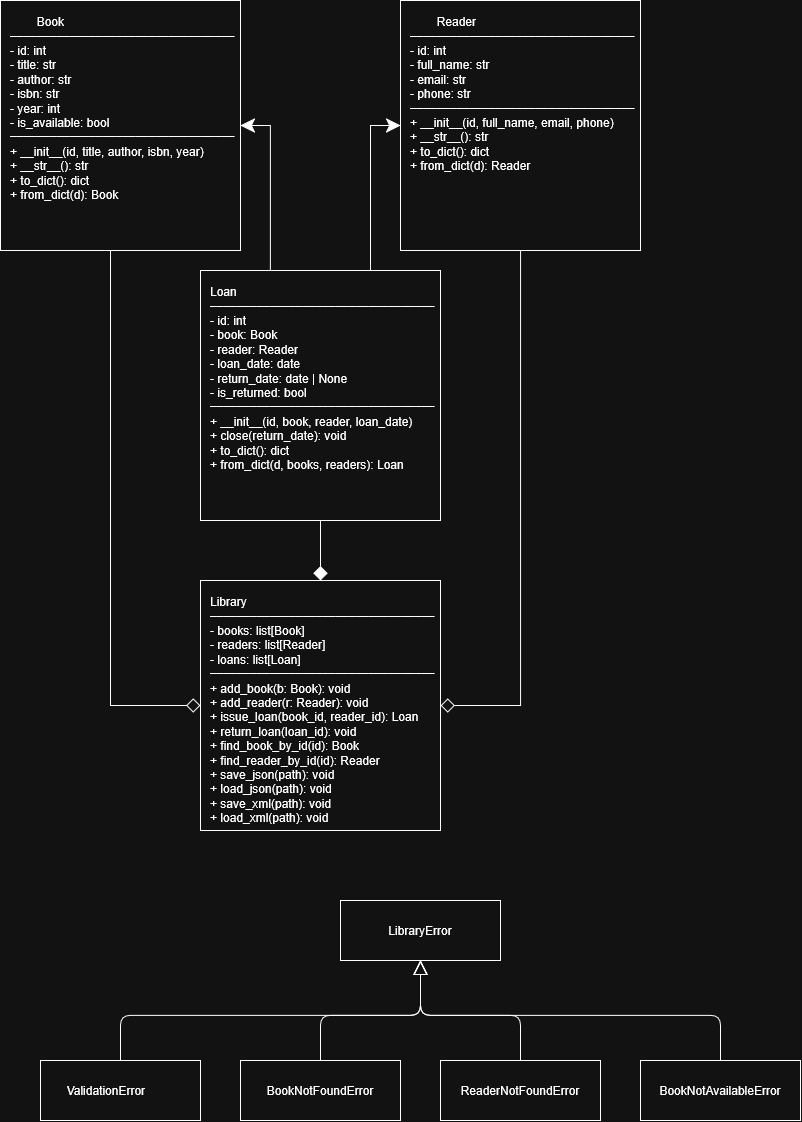
siberianpunk/laba_1.1_library keeps this draw.io diagram as library1.drawio.png. Above is the earlier version. Source tidied: cells renumbered, new cells last; positions are measured from the earlier drawing's top-left corner, leaving out a move shared by most shapes.
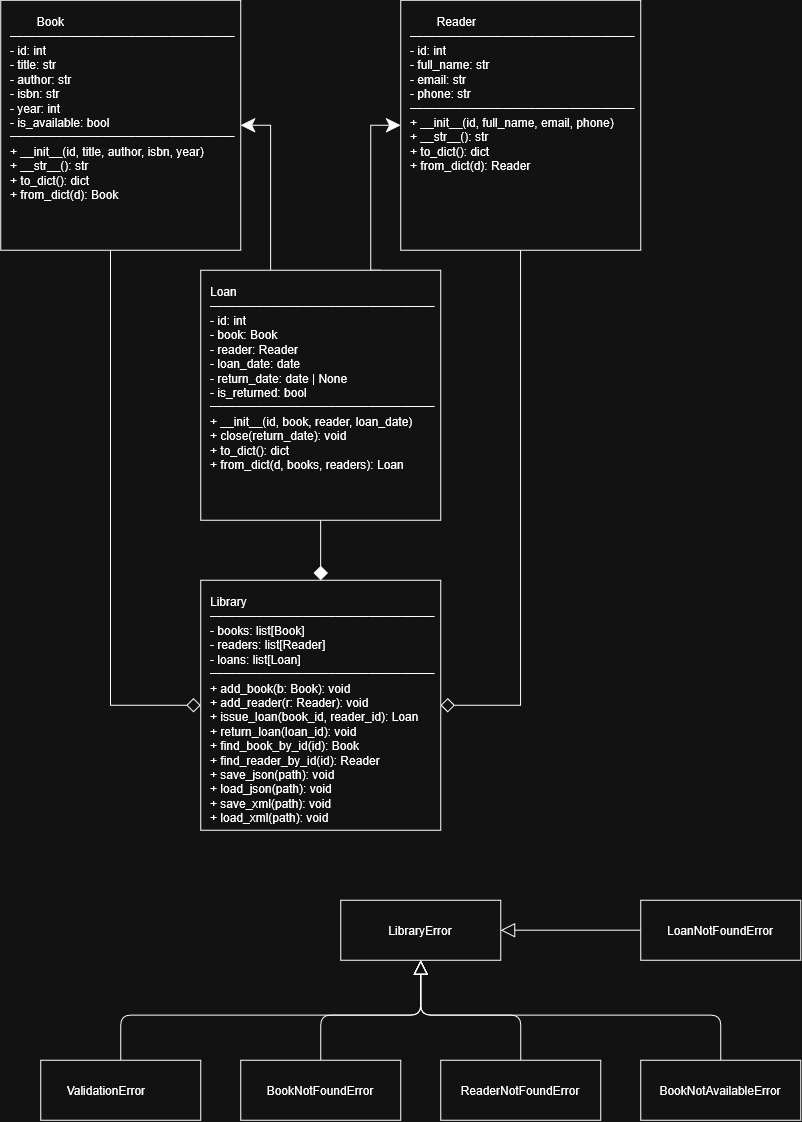
The same file after the commit.

Commit message:
Добавлено исключение library1.drawio.png

What changed in the source:
```diff
@@ -65,5 +65,11 @@
     <mxCell id="19" value="ReaderNotFoundError" style="rounded=0;whiteSpace=wrap;html=1;" parent="1" vertex="1">
       <mxGeometry x="440" y="1060" width="160" height="60" as="geometry" />
     </mxCell>
+    <mxCell id="20" style="edgeStyle=orthogonalEdgeStyle;rounded=0;jettySize=auto;html=1;entryX=1;entryY=0.5;entryDx=0;entryDy=0;endArrow=block;endFill=0;endSize=12;" parent="1" edge="1" source="21" target="15">
+      <mxGeometry relative="1" as="geometry" />
+    </mxCell>
+    <mxCell id="21" value="LoanNotFoundError" style="rounded=0;whiteSpace=wrap;html=1;" parent="1" vertex="1">
+      <mxGeometry x="640" y="900" width="160" height="60" as="geometry" />
+    </mxCell>
   </root>
 </mxGraphModel>
```
